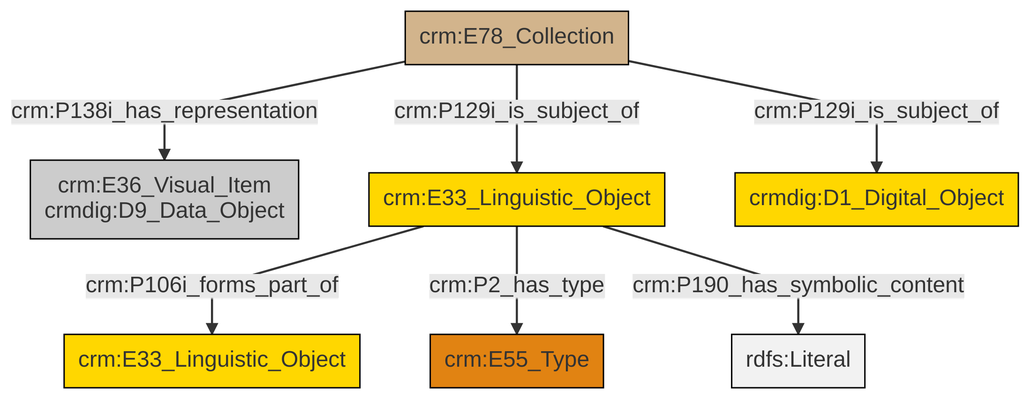
Before: et/archivalCSV/ttl/mmd/png/archival_docs.png, a diagram exported from Mermaid (swiss-art-research-net/docs.swissartresearch). Its source is kept beside it as et/archivalCSV/ttl/mmd/archival_docs.ttl.mmd. The source it was exported from:
```mermaid
graph TD
classDef Literal fill:#f2f2f2,stroke:#000000;
classDef CRM_Entity fill:#FFFFFF,stroke:#000000;
classDef Temporal_Entity fill:#00C9E6, stroke:#000000;
classDef Type fill:#E18312, stroke:#000000;
classDef Time-Span fill:#2C9C91, stroke:#000000;
classDef Appellation fill:#FFEB7F, stroke:#000000;
classDef Place fill:#008836, stroke:#000000;
classDef Persistent_Item fill:#B266B2, stroke:#000000;
classDef Conceptual_Object fill:#FFD700, stroke:#000000;
classDef Physical_Thing fill:#D2B48C, stroke:#000000;
classDef Actor fill:#f58aad, stroke:#000000;
classDef PC_Classes fill:#4ce600, stroke:#000000;
classDef Multi fill:#cccccc,stroke:#000000;

0["crm:E78_Collection"]:::Physical_Thing -->|crm:P138i_has_representation| 1["crm:E36_Visual_Item<br>crmdig:D9_Data_Object"]:::Multi
2["crm:E33_Linguistic_Object"]:::Conceptual_Object -->|crm:P106i_forms_part_of| 3["crm:E33_Linguistic_Object"]:::Conceptual_Object
2["crm:E33_Linguistic_Object"]:::Conceptual_Object -->|crm:P2_has_type| 4["crm:E55_Type"]:::Type
2["crm:E33_Linguistic_Object"]:::Conceptual_Object -->|crm:P190_has_symbolic_content| 9[rdfs:Literal]:::Literal
0["crm:E78_Collection"]:::Physical_Thing -->|crm:P129i_is_subject_of| 10["crmdig:D1_Digital_Object"]:::Conceptual_Object
0["crm:E78_Collection"]:::Physical_Thing -->|crm:P129i_is_subject_of| 2["crm:E33_Linguistic_Object"]:::Conceptual_Object
```
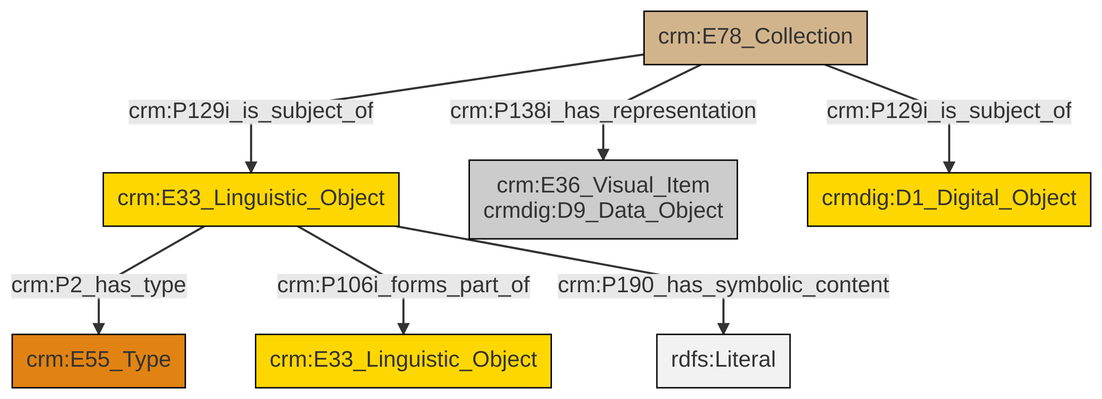
Above is the later version.

Change to the diagram source:
```diff
@@ -13,9 +13,9 @@
 classDef PC_Classes fill:#4ce600, stroke:#000000;
 classDef Multi fill:#cccccc,stroke:#000000;
 
-0["crm:E78_Collection"]:::Physical_Thing -->|crm:P138i_has_representation| 1["crm:E36_Visual_Item<br>crmdig:D9_Data_Object"]:::Multi
-2["crm:E33_Linguistic_Object"]:::Conceptual_Object -->|crm:P106i_forms_part_of| 3["crm:E33_Linguistic_Object"]:::Conceptual_Object
-2["crm:E33_Linguistic_Object"]:::Conceptual_Object -->|crm:P2_has_type| 4["crm:E55_Type"]:::Type
-2["crm:E33_Linguistic_Object"]:::Conceptual_Object -->|crm:P190_has_symbolic_content| 9[rdfs:Literal]:::Literal
-0["crm:E78_Collection"]:::Physical_Thing -->|crm:P129i_is_subject_of| 10["crmdig:D1_Digital_Object"]:::Conceptual_Object
-0["crm:E78_Collection"]:::Physical_Thing -->|crm:P129i_is_subject_of| 2["crm:E33_Linguistic_Object"]:::Conceptual_Object
+4["crm:E33_Linguistic_Object"]:::Conceptual_Object -->|crm:P2_has_type| 0["crm:E55_Type"]:::Type
+4["crm:E33_Linguistic_Object"]:::Conceptual_Object -->|crm:P106i_forms_part_of| 2["crm:E33_Linguistic_Object"]:::Conceptual_Object
+11["crm:E78_Collection"]:::Physical_Thing -->|crm:P129i_is_subject_of| 4["crm:E33_Linguistic_Object"]:::Conceptual_Object
+11["crm:E78_Collection"]:::Physical_Thing -->|crm:P138i_has_representation| 5["crm:E36_Visual_Item<br>crmdig:D9_Data_Object"]:::Multi
+4["crm:E33_Linguistic_Object"]:::Conceptual_Object -->|crm:P190_has_symbolic_content| 13[rdfs:Literal]:::Literal
+11["crm:E78_Collection"]:::Physical_Thing -->|crm:P129i_is_subject_of| 7["crmdig:D1_Digital_Object"]:::Conceptual_Object
```
